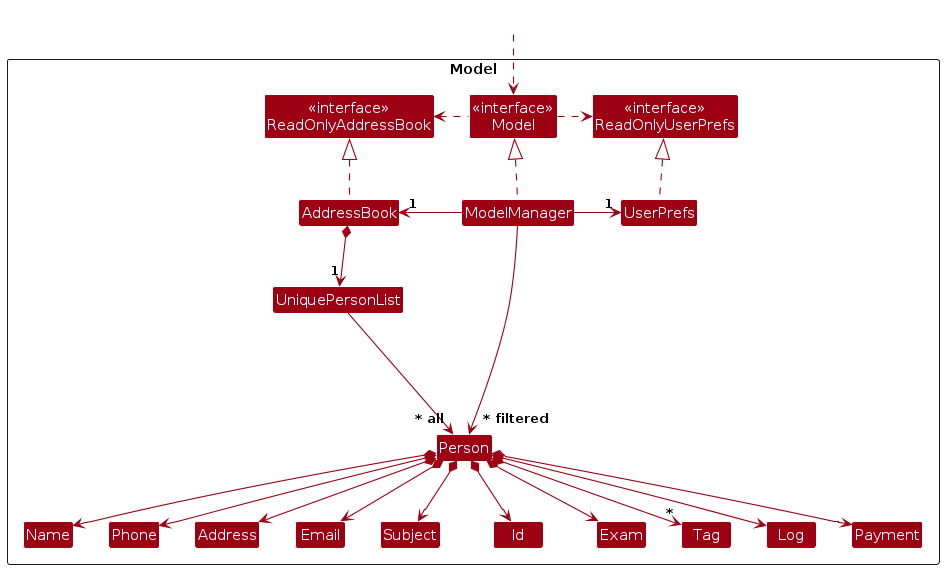
This is diagrams/ModelClassDiagram.png from MarcusGitty/tp, a PlantUML export, as it was before one commit. Its source is kept beside it as diagrams/ModelClassDiagram.puml.
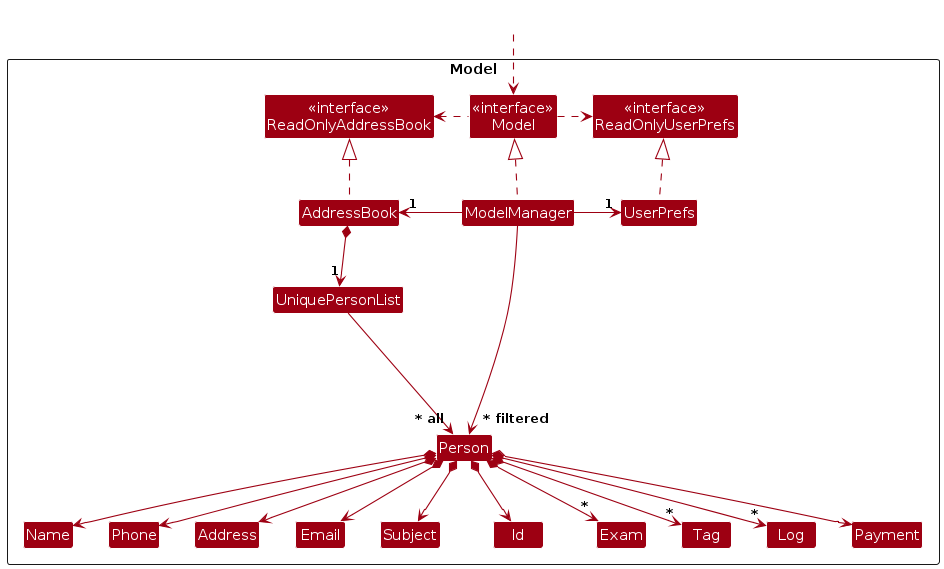
The same file after the commit.

Change to the diagram source:
```diff
@@ -48,9 +48,9 @@
 Person *--> Email
 Person *--> Address
 Person *--> Subject
-Person *--> Exam
+Person *--> "*" Exam
 Person *--> Payment
-Person *--> Log
+Person *--> "*" Log
 Person *--> Id
 Person *--> "*" Tag
 
```
